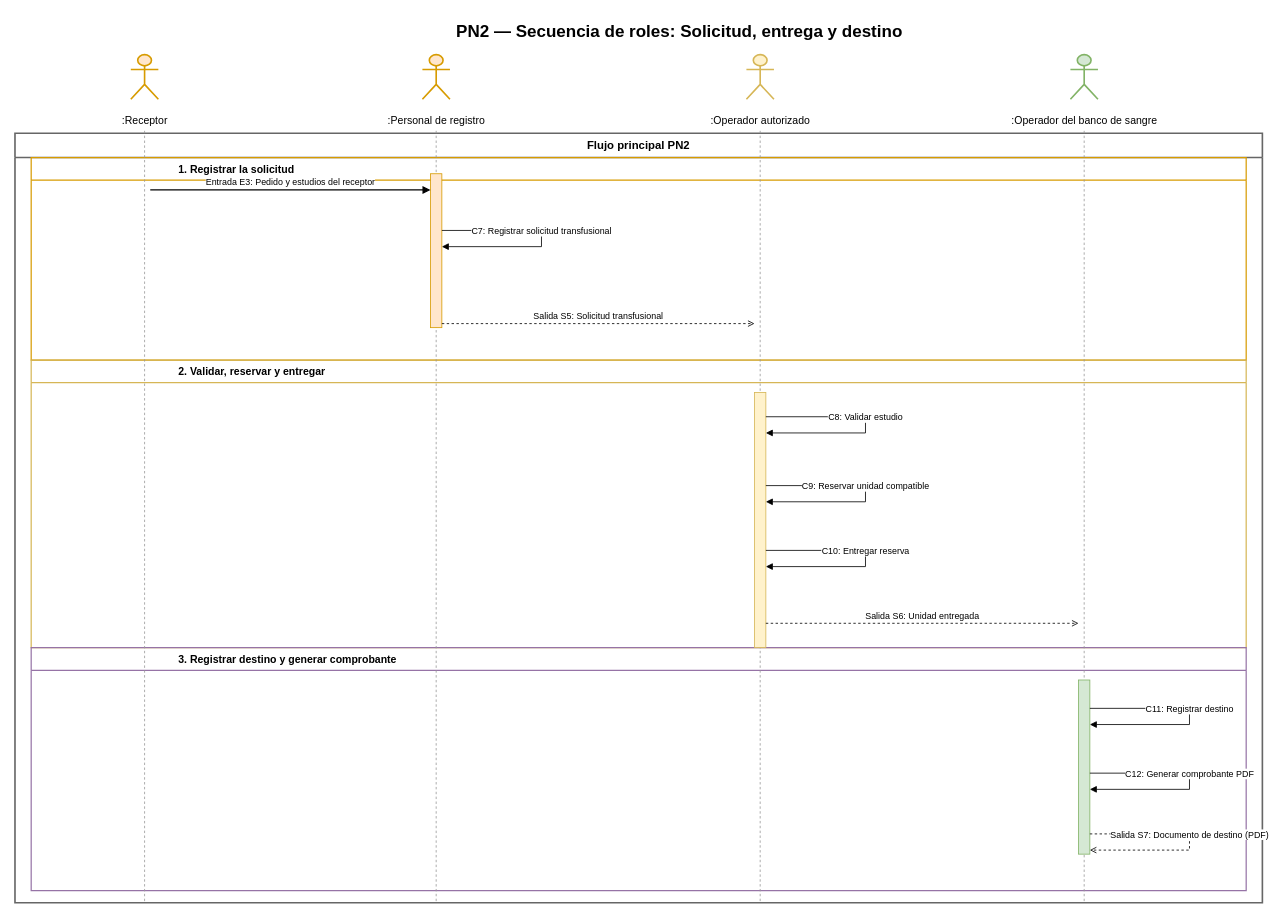
Before: Diagramas/Secuencia de Roles/PN2_DiagramaSecuenciaRoles.drawio in juanNH/Ingenieria-de-Software, a draw.io diagram. Source tidied: cells renumbered, new cells numbered last; positions are measured from the earlier drawing's top-left corner, leaving out a move shared by most shapes. Both pictures are drawn from the tidied source at 81%, with x=0, y=0 at pixel (15, 14).
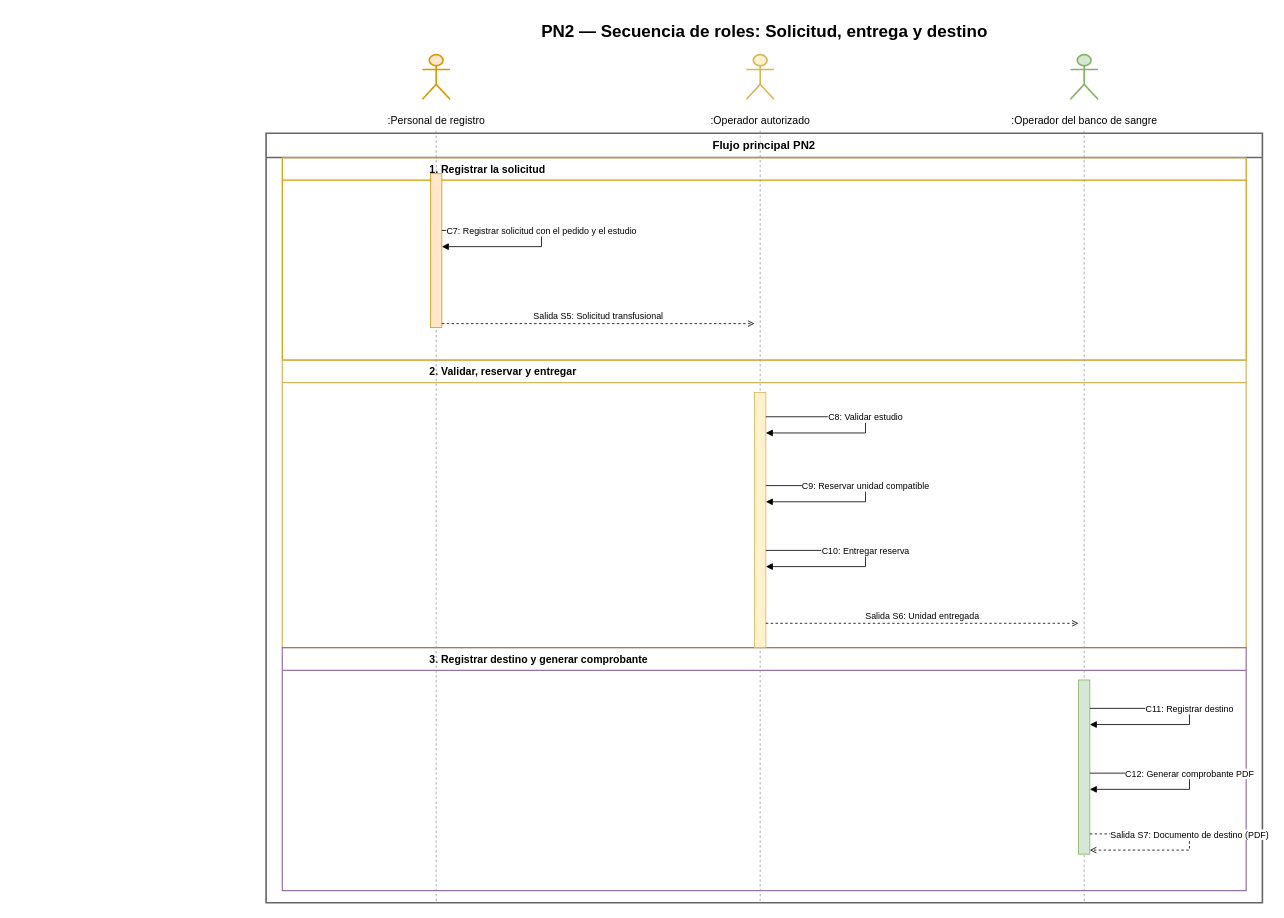
The same diagram, later.

Change to the diagram source:
```diff
@@
     <mxCell id="2" value="PN2 — Secuencia de roles: Solicitud, entrega y destino" style="text;html=1;strokeColor=none;fillColor=none;fontStyle=1;fontSize=21;align=center;verticalAlign=middle;fontFamily=Arial;" parent="1" vertex="1">
-      <mxGeometry x="120" width="1400" height="42" as="geometry" />
+      <mxGeometry x="300" width="1250" height="42" as="geometry" />
     </mxCell>
     <mxCell id="3" value="Flujo principal PN2" style="swimlane;startSize=30;horizontal=1;whiteSpace=wrap;html=1;fillColor=none;strokeColor=#666666;strokeWidth=2;fontStyle=1;fontSize=14;fontFamily=Arial;" parent="1" vertex="1">
-      <mxGeometry y="147" width="1540" height="950" as="geometry" />
+      <mxGeometry x="310" y="147" width="1230" height="950" as="geometry" />
     </mxCell>
     <mxCell id="4" value="1. Registrar la solicitud" style="swimlane;startSize=28;horizontal=1;whiteSpace=wrap;html=1;fillColor=none;strokeColor=#d79b00;strokeWidth=1.5;fontStyle=1;fontSize=13;fontFamily=Arial;align=left;spacingLeft=180;" parent="1" vertex="1">
-      <mxGeometry x="20" y="177" width="1500" height="250" as="geometry" />
+      <mxGeometry x="330" y="177" width="1190" height="250" as="geometry" />
     </mxCell>
     <mxCell id="5" value="2. Validar, reservar y entregar" style="swimlane;startSize=28;horizontal=1;whiteSpace=wrap;html=1;fillColor=none;strokeColor=#d6b656;strokeWidth=1.5;fontStyle=1;fontSize=13;fontFamily=Arial;align=left;spacingLeft=180;" parent="1" vertex="1">
-      <mxGeometry x="20" y="427" width="1500" height="355" as="geometry" />
+      <mxGeometry x="330" y="427" width="1190" height="355" as="geometry" />
     </mxCell>
     <mxCell id="6" value="3. Registrar destino y generar comprobante" style="swimlane;startSize=28;horizontal=1;whiteSpace=wrap;html=1;fillColor=none;strokeColor=#9673a6;strokeWidth=1.5;fontStyle=1;fontSize=13;fontFamily=Arial;align=left;spacingLeft=180;" parent="1" vertex="1">
-      <mxGeometry x="20" y="782" width="1500" height="300" as="geometry" />
+      <mxGeometry x="330" y="782" width="1190" height="300" as="geometry" />
     </mxCell>
-    <mxCell id="7" style="shape=umlActor;html=1;fillColor=#ffe6cc;strokeColor=#d79b00;strokeWidth=2;" parent="1" vertex="1">
-      <mxGeometry x="143" y="50" width="34" height="55" as="geometry" />
-    </mxCell>
@@
-    <mxCell id="11" value=":Receptor" style="text;html=1;strokeColor=none;fillColor=none;fontSize=13;fontFamily=Arial;align=center;verticalAlign=middle;" parent="1" vertex="1">
-      <mxGeometry x="85" y="118" width="150" height="26" as="geometry" />
-    </mxCell>
@@
-    <mxCell id="15" style="endArrow=none;dashed=1;html=1;strokeColor=#999999;" parent="1" edge="1">
-      <mxGeometry relative="1" as="geometry">
-        <mxPoint x="160" y="144" as="sourcePoint" />
-        <mxPoint x="160" y="1097" as="targetPoint" />
-      </mxGeometry>
-    </mxCell>
@@
-    <mxCell id="22" value="Entrada E3: Pedido y estudios del receptor" style="endArrow=block;endFill=1;strokeColor=#000000;strokeWidth=1.5;html=1;rounded=0;fontSize=11;fontFamily=Arial;labelBackgroundColor=#ffffff;verticalLabelPosition=top;verticalAlign=bottom;" parent="1" edge="1">
-      <mxGeometry relative="1" as="geometry">
-        <mxPoint x="167" y="217" as="sourcePoint" />
-        <mxPoint x="513" y="217" as="targetPoint" />
-      </mxGeometry>
-    </mxCell>
-    <mxCell id="23" value="C7: Registrar solicitud transfusional" style="endArrow=block;html=1;rounded=0;fontSize=11;fontFamily=Arial;labelBackgroundColor=#ffffff;verticalLabelPosition=top;verticalAlign=bottom;" parent="1" edge="1">
+    <mxCell id="23" value="C7: Registrar solicitud con el pedido y el estudio" style="endArrow=block;html=1;rounded=0;fontSize=11;fontFamily=Arial;labelBackgroundColor=#ffffff;verticalLabelPosition=top;verticalAlign=bottom;" parent="1" edge="1">
       <mxGeometry relative="1" as="geometry">
         <mxPoint x="527" y="267" as="sourcePoint" />
         <mxPoint x="527" y="287" as="targetPoint" />
         <Array as="points">
           <mxPoint x="650" y="267" />
           <mxPoint x="650" y="287" />
         </Array>
       </mxGeometry>
     </mxCell>
```
